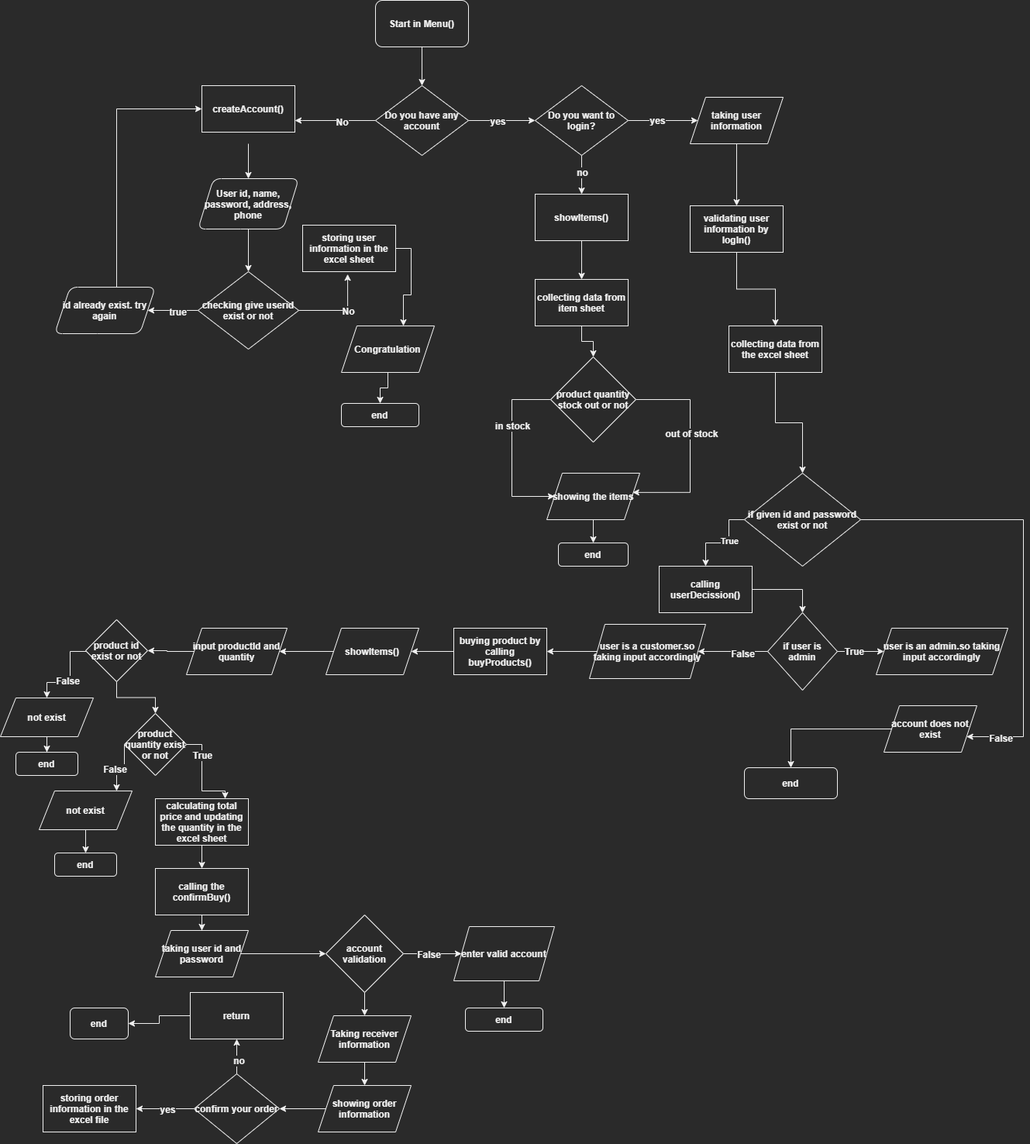
Above: onlineShopping(customer)-Page-1.drawio.png in Barkatopu1345/Online-shopping-system (draw.io), before the change. Source tidied: cells renumbered, new cells last; positions are measured from the earlier drawing's top-left corner, leaving out a move shared by most shapes.
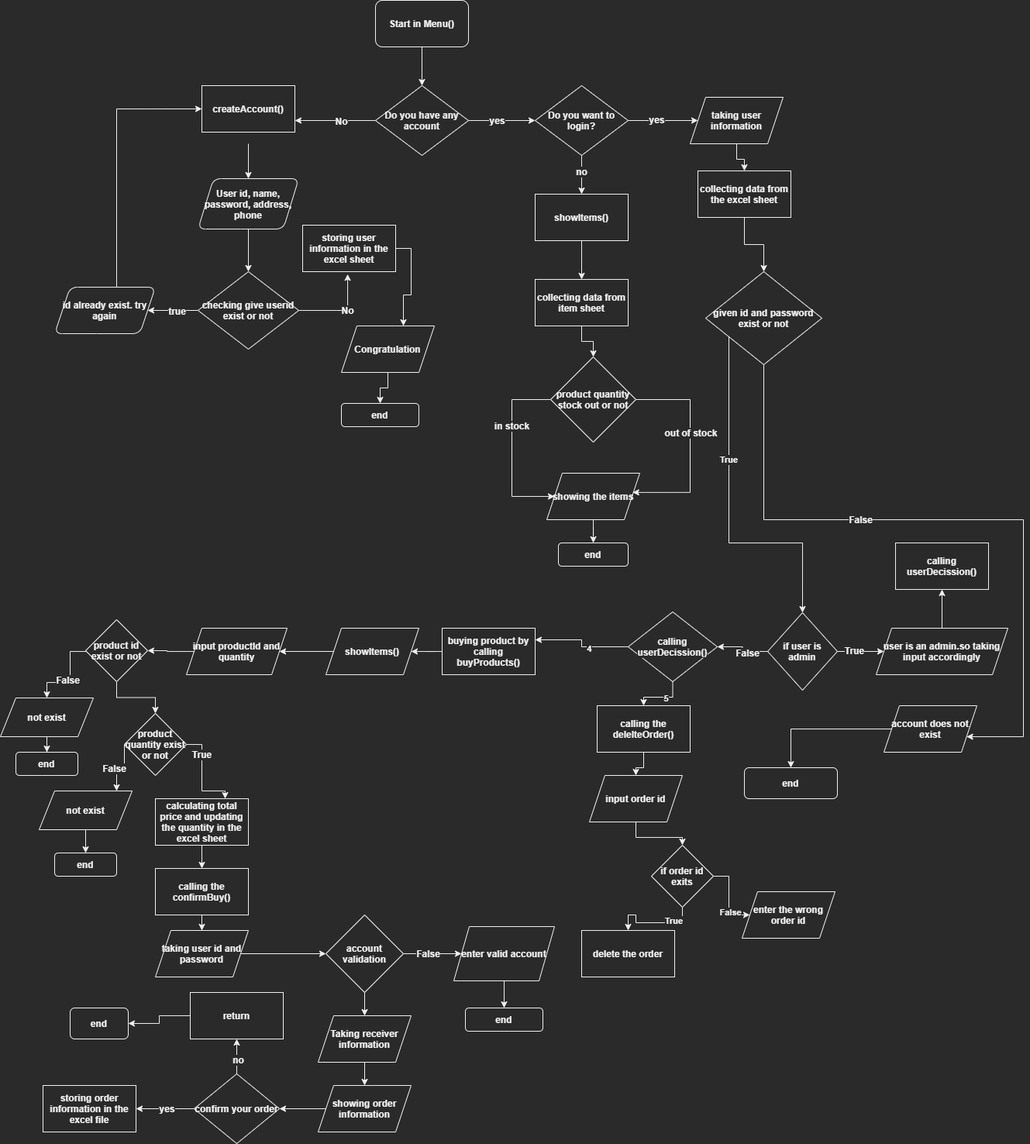
The same diagram one commit later.

The edit, as a diff of the source:
```diff
@@ -158,23 +158,17 @@
     <mxCell id="41" value="end" style="rounded=1;whiteSpace=wrap;html=1;fontStyle=1;fontSize=12;" parent="1" vertex="1">
       <mxGeometry x="720" y="700" width="90" height="30" as="geometry" />
     </mxCell>
-    <mxCell id="42" style="edgeStyle=orthogonalEdgeStyle;rounded=0;jettySize=auto;html=1;fontStyle=1;fontSize=12;" parent="1" edge="1" source="43" target="45">
+    <mxCell id="42" style="edgeStyle=orthogonalEdgeStyle;rounded=0;jettySize=auto;html=1;fontStyle=1;fontSize=12;" parent="1" edge="1" source="43" target="47">
       <mxGeometry relative="1" as="geometry" />
     </mxCell>
     <mxCell id="43" value="taking user information" style="shape=parallelogram;perimeter=parallelogramPerimeter;whiteSpace=wrap;html=1;fixedSize=1;rounded=0;fontStyle=1;fontSize=12;" parent="1" vertex="1">
       <mxGeometry x="890" y="125" width="120" height="60" as="geometry" />
     </mxCell>
-    <mxCell id="44" style="edgeStyle=orthogonalEdgeStyle;rounded=0;jettySize=auto;html=1;fontStyle=1;fontSize=12;" parent="1" edge="1" source="45" target="47">
-      <mxGeometry relative="1" as="geometry" />
-    </mxCell>
-    <mxCell id="45" value="validating user information by logIn()" style="whiteSpace=wrap;html=1;rounded=0;fontStyle=1;fontSize=12;" parent="1" vertex="1">
-      <mxGeometry x="890" y="265" width="120" height="60" as="geometry" />
-    </mxCell>
     <mxCell id="46" style="edgeStyle=orthogonalEdgeStyle;rounded=0;jettySize=auto;html=1;fontStyle=1;fontSize=12;" parent="1" edge="1" source="47" target="52">
       <mxGeometry relative="1" as="geometry" />
     </mxCell>
     <mxCell id="47" value="collecting data from the excel sheet" style="rounded=0;whiteSpace=wrap;html=1;fontStyle=1;fontSize=12;" parent="1" vertex="1">
-      <mxGeometry x="940" y="420" width="120" height="60" as="geometry" />
+      <mxGeometry x="900" y="220" width="120" height="60" as="geometry" />
     </mxCell>
     <mxCell id="48" style="edgeStyle=orthogonalEdgeStyle;rounded=0;jettySize=auto;html=1;fontStyle=1;fontSize=12;" parent="1" edge="1" source="52" target="62">
       <mxGeometry relative="1" as="geometry">
@@ -185,14 +179,15 @@
       </mxGeometry>
     </mxCell>
     <mxCell id="49" value="False" style="edgeLabel;html=1;align=center;verticalAlign=middle;fontStyle=1;fontSize=12;" parent="48" vertex="1">
-      <mxGeometry x="0.85" y="1" relative="1" as="geometry" />
+      <mxGeometry x="0.85" y="1" relative="1" as="geometry">
+        <mxPoint x="-205" y="-281" as="offset" />
+      </mxGeometry>
     </mxCell>
-    <mxCell id="50" style="edgeStyle=orthogonalEdgeStyle;rounded=0;jettySize=auto;html=1;entryX=0.5;entryY=0;entryDx=0;entryDy=0;fontStyle=1;" parent="1" edge="1" source="52" target="112">
+    <mxCell id="50" style="edgeStyle=orthogonalEdgeStyle;rounded=0;jettySize=auto;html=1;fontStyle=1;entryX=0.5;entryY=0;entryDx=0;entryDy=0;" parent="1" edge="1" source="52" target="57">
       <mxGeometry relative="1" as="geometry">
         <Array as="points">
-          <mxPoint x="940" y="670" />
           <mxPoint x="940" y="700" />
-          <mxPoint x="910" y="700" />
+          <mxPoint x="1035" y="700" />
         </Array>
       </mxGeometry>
     </mxCell>
@@ -201,10 +196,10 @@
         <mxPoint x="3" y="11" as="offset" />
       </mxGeometry>
     </mxCell>
-    <mxCell id="52" value="if given id and password exist or not" style="rhombus;whiteSpace=wrap;html=1;rounded=0;fontStyle=1;fontSize=12;" parent="1" vertex="1">
-      <mxGeometry x="960" y="610" width="150" height="120" as="geometry" />
+    <mxCell id="52" value="given id and password exist or not" style="rhombus;whiteSpace=wrap;html=1;rounded=0;fontStyle=1;fontSize=12;" parent="1" vertex="1">
+      <mxGeometry x="910" y="350" width="150" height="120" as="geometry" />
     </mxCell>
-    <mxCell id="53" style="edgeStyle=orthogonalEdgeStyle;rounded=0;jettySize=auto;html=1;fontStyle=1;fontSize=12;" parent="1" edge="1" source="57" target="59">
+    <mxCell id="53" style="edgeStyle=orthogonalEdgeStyle;rounded=0;jettySize=auto;html=1;fontStyle=1;fontSize=12;entryX=1;entryY=0.5;entryDx=0;entryDy=0;" parent="1" edge="1" source="57" target="118">
       <mxGeometry relative="1" as="geometry" />
     </mxCell>
     <mxCell id="54" value="False" style="edgeLabel;html=1;align=center;verticalAlign=middle;fontStyle=1;fontSize=12;" parent="53" vertex="1">
@@ -219,12 +214,9 @@
     <mxCell id="57" value="if user is admin" style="rhombus;whiteSpace=wrap;html=1;rounded=0;fontStyle=1;fontSize=12;" parent="1" vertex="1">
       <mxGeometry x="990" y="790" width="90" height="100" as="geometry" />
     </mxCell>
-    <mxCell id="58" style="edgeStyle=orthogonalEdgeStyle;rounded=0;jettySize=auto;html=1;fontStyle=1;fontSize=12;" parent="1" edge="1" source="59" target="65">
-      <mxGeometry relative="1" as="geometry" />
-    </mxCell>
-    <mxCell id="59" value="user is a customer.so taking input accordingly" style="shape=parallelogram;perimeter=parallelogramPerimeter;whiteSpace=wrap;html=1;fixedSize=1;rounded=0;fontStyle=1;fontSize=12;" parent="1" vertex="1">
-      <mxGeometry x="760" y="805" width="150" height="70" as="geometry" />
-    </mxCell>
+    <mxCell id="113" style="edgeStyle=orthogonalEdgeStyle;rounded=0;jettySize=auto;html=1;entryX=0.5;entryY=1;entryDx=0;entryDy=0;fontStyle=1;" parent="1" edge="1" source="60" target="112">
+      <mxGeometry relative="1" as="geometry" />
+    </mxCell>
     <mxCell id="60" value="user is an admin.so taking input accordingly" style="shape=parallelogram;perimeter=parallelogramPerimeter;whiteSpace=wrap;html=1;fixedSize=1;rounded=0;fontStyle=1;fontSize=12;" parent="1" vertex="1">
       <mxGeometry x="1130" y="810" width="170" height="60" as="geometry" />
     </mxCell>
@@ -241,7 +233,7 @@
       <mxGeometry relative="1" as="geometry" />
     </mxCell>
     <mxCell id="65" value="buying product by calling buyProducts()" style="rounded=0;whiteSpace=wrap;html=1;fontStyle=1;fontSize=12;" parent="1" vertex="1">
-      <mxGeometry x="585" y="810" width="120" height="60" as="geometry" />
+      <mxGeometry x="570" y="810" width="120" height="60" as="geometry" />
     </mxCell>
     <mxCell id="66" style="edgeStyle=orthogonalEdgeStyle;rounded=0;jettySize=auto;html=1;fontStyle=1;fontSize=12;" parent="1" edge="1" source="67" target="69">
       <mxGeometry relative="1" as="geometry" />
@@ -402,11 +394,56 @@
     <mxCell id="110" value="end" style="rounded=1;whiteSpace=wrap;html=1;fontStyle=1;fontSize=12;" parent="1" vertex="1">
       <mxGeometry x="90" y="1300" width="75" height="40" as="geometry" />
     </mxCell>
-    <mxCell id="111" style="edgeStyle=orthogonalEdgeStyle;rounded=0;jettySize=auto;html=1;entryX=0.5;entryY=0;entryDx=0;entryDy=0;fontStyle=1;" parent="1" edge="1" source="112" target="57">
-      <mxGeometry relative="1" as="geometry" />
-    </mxCell>
     <mxCell id="112" value="calling userDecission()" style="rounded=0;whiteSpace=wrap;html=1;fontStyle=1;" parent="1" vertex="1">
-      <mxGeometry x="850" y="730" width="120" height="60" as="geometry" />
+      <mxGeometry x="1155" y="700" width="120" height="60" as="geometry" />
     </mxCell>
+    <mxCell id="114" style="edgeStyle=orthogonalEdgeStyle;rounded=0;jettySize=auto;html=1;entryX=1;entryY=0.25;entryDx=0;entryDy=0;fontStyle=1;" parent="1" edge="1" source="118" target="65">
+      <mxGeometry relative="1" as="geometry" />
+    </mxCell>
+    <mxCell id="115" value="4" style="edgeLabel;html=1;align=center;verticalAlign=middle;fontStyle=1;" parent="114" vertex="1">
+      <mxGeometry x="-0.22" y="3" relative="1" as="geometry" />
+    </mxCell>
+    <mxCell id="116" style="edgeStyle=orthogonalEdgeStyle;rounded=0;jettySize=auto;html=1;fontStyle=1;" parent="1" edge="1" source="118" target="120">
+      <mxGeometry relative="1" as="geometry" />
+    </mxCell>
+    <mxCell id="117" value="5" style="edgeLabel;html=1;align=center;verticalAlign=middle;fontStyle=1;" parent="116" vertex="1">
+      <mxGeometry x="-0.15" y="2" relative="1" as="geometry" />
+    </mxCell>
+    <mxCell id="118" value="&#10;&#10;&lt;span style=&quot;color: rgb(240, 240, 240); font-family: helvetica; font-size: 12px; font-style: normal; letter-spacing: normal; text-align: center; text-indent: 0px; text-transform: none; word-spacing: 0px; background-color: rgb(42, 42, 42); display: inline; float: none;&quot;&gt;calling userDecission()&lt;/span&gt;&#10;&#10;" style="rhombus;whiteSpace=wrap;html=1;rounded=0;fontStyle=1;" parent="1" vertex="1">
+      <mxGeometry x="810" y="789" width="115" height="90" as="geometry" />
+    </mxCell>
+    <mxCell id="119" style="edgeStyle=orthogonalEdgeStyle;rounded=0;jettySize=auto;html=1;fontStyle=1;" parent="1" edge="1" source="120" target="122">
+      <mxGeometry relative="1" as="geometry" />
+    </mxCell>
+    <mxCell id="120" value="calling the delelteOrder()" style="whiteSpace=wrap;html=1;rounded=0;fontStyle=1;" parent="1" vertex="1">
+      <mxGeometry x="770" y="910" width="120" height="60" as="geometry" />
+    </mxCell>
+    <mxCell id="121" style="edgeStyle=orthogonalEdgeStyle;rounded=0;jettySize=auto;html=1;fontStyle=1;" parent="1" edge="1" source="122" target="127">
+      <mxGeometry relative="1" as="geometry" />
+    </mxCell>
+    <mxCell id="122" value="input order id" style="shape=parallelogram;perimeter=parallelogramPerimeter;whiteSpace=wrap;html=1;fixedSize=1;rounded=0;fontStyle=1;" parent="1" vertex="1">
+      <mxGeometry x="760" y="1000" width="120" height="60" as="geometry" />
+    </mxCell>
+    <mxCell id="123" style="edgeStyle=orthogonalEdgeStyle;rounded=0;jettySize=auto;html=1;fontStyle=1;" parent="1" edge="1" source="127" target="128">
+      <mxGeometry relative="1" as="geometry" />
+    </mxCell>
+    <mxCell id="124" value="True" style="edgeLabel;html=1;align=center;verticalAlign=middle;fontStyle=1;" parent="123" vertex="1">
+      <mxGeometry x="-0.48" y="-2" relative="1" as="geometry" />
+    </mxCell>
+    <mxCell id="125" style="edgeStyle=orthogonalEdgeStyle;rounded=0;jettySize=auto;html=1;fontStyle=1;" parent="1" edge="1" source="127" target="129">
+      <mxGeometry relative="1" as="geometry" />
+    </mxCell>
+    <mxCell id="126" value="False" style="edgeLabel;html=1;align=center;verticalAlign=middle;fontStyle=1;" parent="125" vertex="1">
+      <mxGeometry x="0.38" y="2" relative="1" as="geometry" />
+    </mxCell>
+    <mxCell id="127" value="if order id exits" style="rhombus;whiteSpace=wrap;html=1;rounded=0;fontStyle=1;" parent="1" vertex="1">
+      <mxGeometry x="840" y="1090" width="80" height="80" as="geometry" />
+    </mxCell>
+    <mxCell id="128" value="delete the order" style="rounded=0;whiteSpace=wrap;html=1;fontStyle=1;" parent="1" vertex="1">
+      <mxGeometry x="750" y="1200" width="120" height="60" as="geometry" />
+    </mxCell>
+    <mxCell id="129" value="enter the wrong order id" style="shape=parallelogram;perimeter=parallelogramPerimeter;whiteSpace=wrap;html=1;fixedSize=1;rounded=0;fontStyle=1;" parent="1" vertex="1">
+      <mxGeometry x="957" y="1150" width="120" height="60" as="geometry" />
+    </mxCell>
   </root>
 </mxGraphModel>
```
